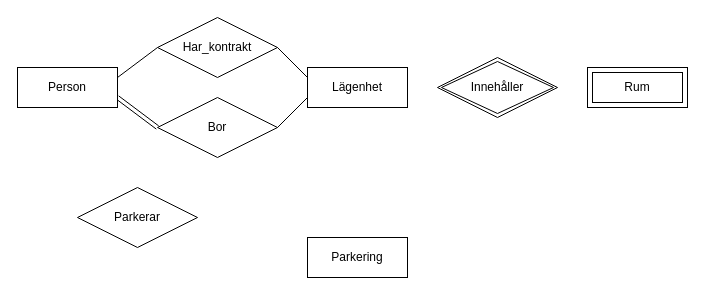
Before: lagenhet.drawio in Ingelisun/ERmodels, a draw.io diagram. Source tidied: cells renumbered, new cells numbered last; positions are measured from the earlier drawing's top-left corner, leaving out a move shared by most shapes. Both pictures are drawn from the tidied source at 100%, with x=0, y=0 at pixel (17, 17).
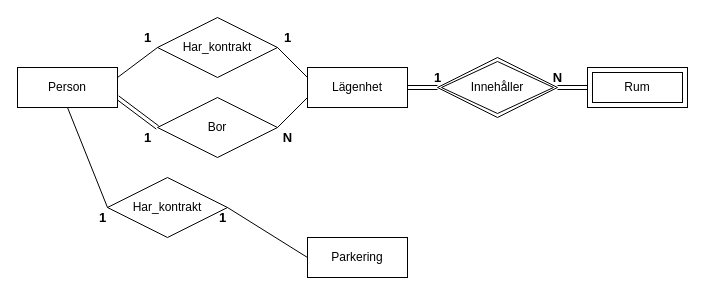
The same diagram, later.

Unchanged cells that the change refers to:
```xml
<mxCell id="3" value="Person" style="whiteSpace=wrap;html=1;align=center;" parent="1" vertex="1">
  <mxGeometry y="50" width="100" height="40" as="geometry" />
</mxCell>
<mxCell id="4" value="Lägenhet" style="whiteSpace=wrap;html=1;align=center;" parent="1" vertex="1">
  <mxGeometry x="290" y="50" width="100" height="40" as="geometry" />
</mxCell>
<mxCell id="5" value="Parkering" style="whiteSpace=wrap;html=1;align=center;" parent="1" vertex="1">
  <mxGeometry x="290" y="220" width="100" height="40" as="geometry" />
</mxCell>
<mxCell id="6" value="Rum" style="shape=ext;margin=3;double=1;whiteSpace=wrap;html=1;align=center;" parent="1" vertex="1">
  <mxGeometry x="570" y="50" width="100" height="40" as="geometry" />
</mxCell>
<mxCell id="10" value="Innehåller" style="shape=rhombus;double=1;perimeter=rhombusPerimeter;whiteSpace=wrap;html=1;align=center;" parent="1" vertex="1">
  <mxGeometry x="420" y="40" width="120" height="60" as="geometry" />
</mxCell>
```

Diff of the diagram source:
```diff
@@
+    <mxCell id="14" style="edgeStyle=none;shape=link;rounded=0;jettySize=auto;html=1;" parent="1" edge="1" source="4" target="10">
+      <mxGeometry relative="1" as="geometry" />
+    </mxCell>
@@
-    <mxCell id="9" value="Parkerar" style="shape=rhombus;perimeter=rhombusPerimeter;whiteSpace=wrap;html=1;align=center;" parent="1" vertex="1">
-      <mxGeometry x="60" y="170" width="120" height="60" as="geometry" />
+    <mxCell id="9" value="Har_kontrakt" style="shape=rhombus;perimeter=rhombusPerimeter;whiteSpace=wrap;html=1;align=center;" parent="1" vertex="1">
+      <mxGeometry x="90" y="160" width="120" height="60" as="geometry" />
     </mxCell>
+    <mxCell id="15" style="edgeStyle=none;shape=link;rounded=0;jettySize=auto;html=1;" parent="1" edge="1" source="10" target="6">
+      <mxGeometry relative="1" as="geometry" />
+    </mxCell>
@@
+    <mxCell id="16" value="&lt;font style=&quot;font-size: 13px&quot;&gt;&lt;b style=&quot;font-size: 13px&quot;&gt;1&lt;/b&gt;&lt;/font&gt;" style="text;html=1;align=center;verticalAlign=middle;fillColor=none;strokeColor=none;rounded=0;fontSize=13;" parent="1" vertex="1">
+      <mxGeometry x="120" y="10" width="20" height="20" as="geometry" />
+    </mxCell>
+    <mxCell id="17" value="&lt;font style=&quot;font-size: 13px&quot;&gt;&lt;b style=&quot;font-size: 13px&quot;&gt;1&lt;/b&gt;&lt;/font&gt;" style="text;html=1;align=center;verticalAlign=middle;fillColor=none;strokeColor=none;rounded=0;fontSize=13;" parent="1" vertex="1">
+      <mxGeometry x="260" y="10" width="20" height="20" as="geometry" />
+    </mxCell>
+    <mxCell id="18" value="&lt;font style=&quot;font-size: 13px&quot;&gt;&lt;b style=&quot;font-size: 13px&quot;&gt;1&lt;/b&gt;&lt;/font&gt;" style="text;html=1;align=center;verticalAlign=middle;fillColor=none;strokeColor=none;rounded=0;fontSize=13;" parent="1" vertex="1">
+      <mxGeometry x="120" y="110" width="20" height="20" as="geometry" />
+    </mxCell>
+    <mxCell id="19" value="&lt;font style=&quot;font-size: 13px&quot;&gt;&lt;b style=&quot;font-size: 13px&quot;&gt;N&lt;/b&gt;&lt;/font&gt;" style="text;html=1;align=center;verticalAlign=middle;fillColor=none;strokeColor=none;rounded=0;fontSize=13;" parent="1" vertex="1">
+      <mxGeometry x="260" y="110" width="20" height="20" as="geometry" />
+    </mxCell>
+    <mxCell id="20" value="&lt;font style=&quot;font-size: 13px&quot;&gt;&lt;b style=&quot;font-size: 13px&quot;&gt;1&lt;/b&gt;&lt;/font&gt;" style="text;html=1;align=center;verticalAlign=middle;fillColor=none;strokeColor=none;rounded=0;fontSize=13;" parent="1" vertex="1">
+      <mxGeometry x="410" y="50" width="20" height="20" as="geometry" />
+    </mxCell>
+    <mxCell id="21" value="&lt;font style=&quot;font-size: 13px&quot;&gt;&lt;b style=&quot;font-size: 13px&quot;&gt;N&lt;/b&gt;&lt;/font&gt;" style="text;html=1;align=center;verticalAlign=middle;fillColor=none;strokeColor=none;rounded=0;fontSize=13;" parent="1" vertex="1">
+      <mxGeometry x="530" y="50" width="20" height="20" as="geometry" />
+    </mxCell>
+    <mxCell id="22" style="endArrow=none;html=1;rounded=0;exitX=0.5;exitY=1;exitDx=0;exitDy=0;entryX=0;entryY=0.5;entryDx=0;entryDy=0;" parent="1" edge="1" source="3" target="9">
+      <mxGeometry relative="1" as="geometry" />
+    </mxCell>
+    <mxCell id="23" style="endArrow=none;html=1;rounded=0;exitX=1;exitY=0.5;exitDx=0;exitDy=0;entryX=0;entryY=0.5;entryDx=0;entryDy=0;" parent="1" edge="1" source="9" target="5">
+      <mxGeometry relative="1" as="geometry" />
+    </mxCell>
+    <mxCell id="24" value="&lt;font style=&quot;font-size: 13px&quot;&gt;&lt;b style=&quot;font-size: 13px&quot;&gt;1&lt;/b&gt;&lt;/font&gt;" style="text;html=1;align=center;verticalAlign=middle;fillColor=none;strokeColor=none;rounded=0;fontSize=13;" parent="1" vertex="1">
+      <mxGeometry x="75" y="190" width="20" height="20" as="geometry" />
+    </mxCell>
+    <mxCell id="25" value="&lt;font style=&quot;font-size: 13px&quot;&gt;&lt;b style=&quot;font-size: 13px&quot;&gt;1&lt;/b&gt;&lt;/font&gt;" style="text;html=1;align=center;verticalAlign=middle;fillColor=none;strokeColor=none;rounded=0;fontSize=13;" parent="1" vertex="1">
+      <mxGeometry x="195" y="190" width="20" height="20" as="geometry" />
+    </mxCell>
```
